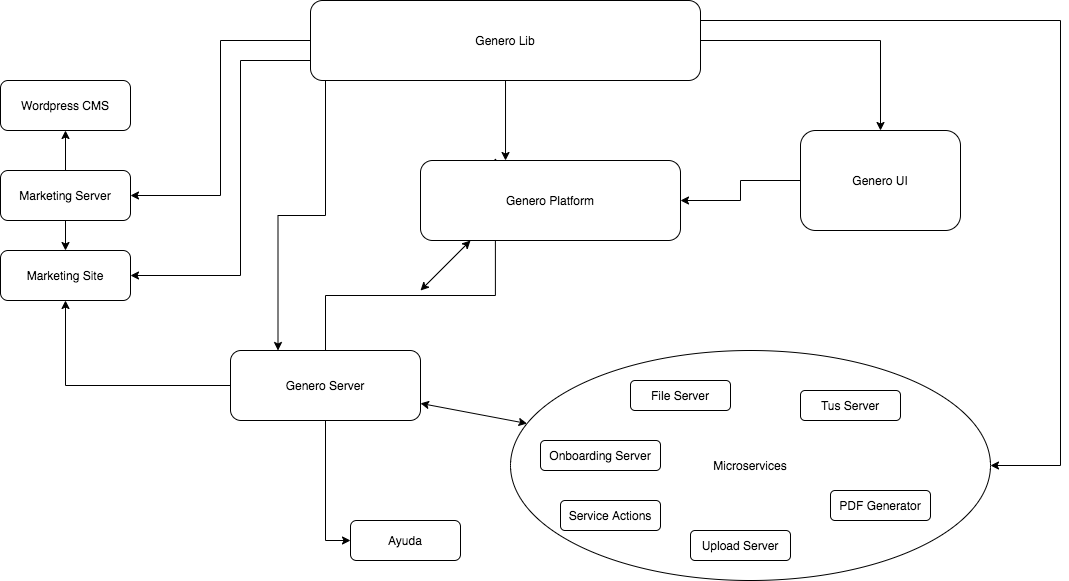
Earlier version of the draw.io export Test.png (Tristano8/BlackandWhite). Source tidied: cells renumbered, new cells last; positions are measured from the earlier drawing's top-left corner, leaving out a move shared by most shapes.
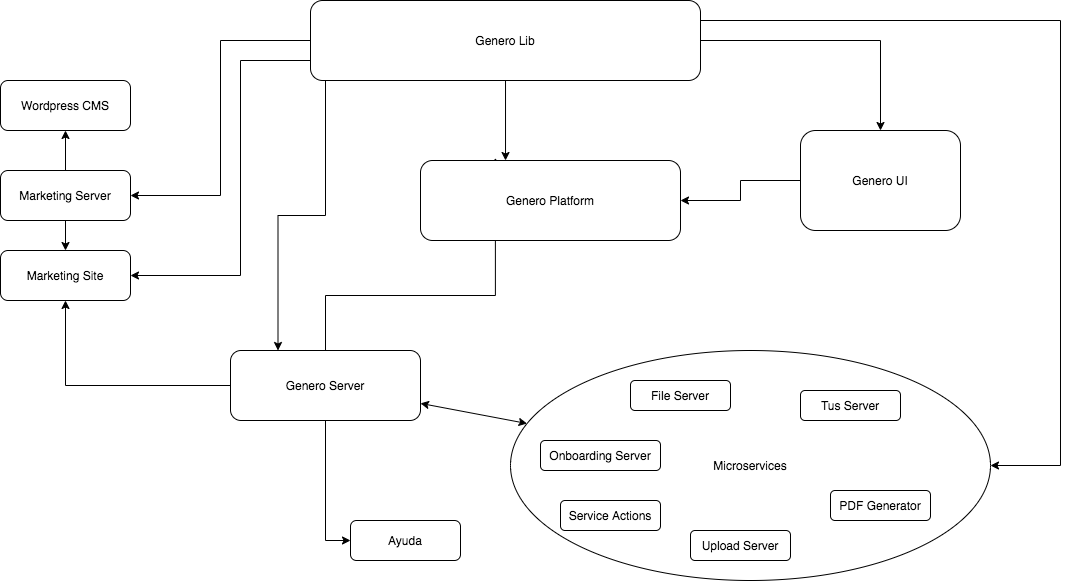
After the change.

Diff of the diagram source:
```diff
@@ -106,11 +106,5 @@
     <mxCell id="29" value="Tus Server" style="rounded=1;whiteSpace=wrap;html=1;fontSize=12;glass=0;strokeWidth=1;shadow=0;" parent="1" vertex="1">
       <mxGeometry x="800" y="390" width="100" height="30" as="geometry" />
     </mxCell>
-    <mxCell id="30" style="endArrow=classic;startArrow=classic;html=1;" parent="1" edge="1">
-      <mxGeometry relative="1" as="geometry">
-        <mxPoint x="420" y="290" as="sourcePoint" />
-        <mxPoint x="470" y="240" as="targetPoint" />
-      </mxGeometry>
-    </mxCell>
   </root>
 </mxGraphModel>
```
